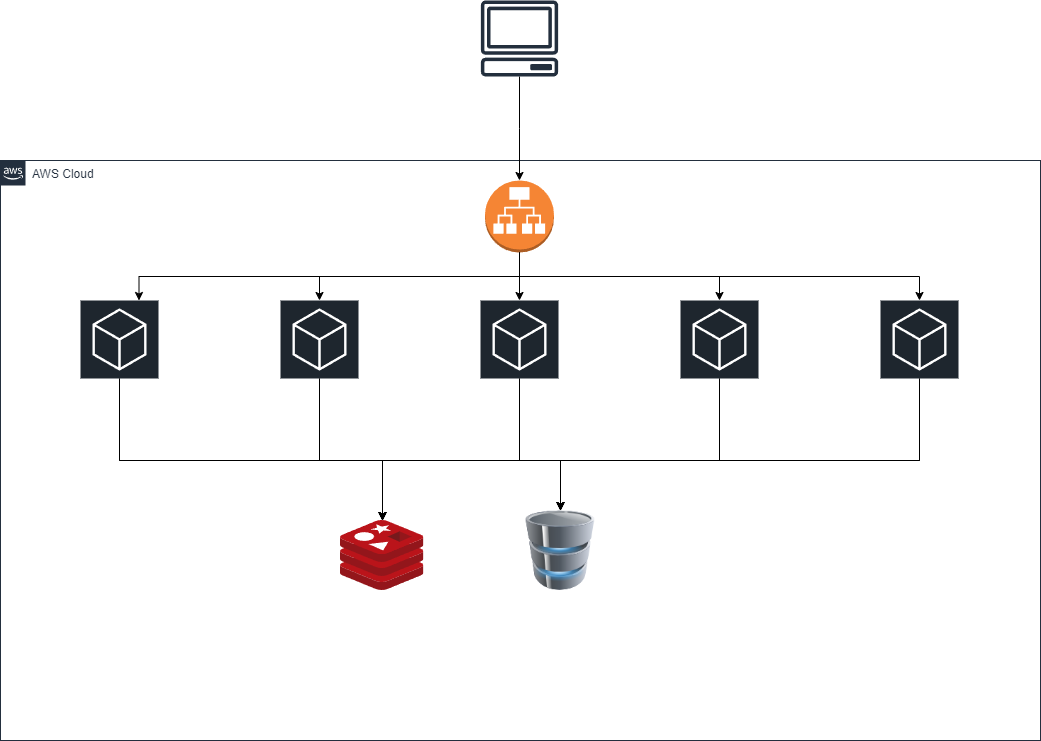
Before: kubernets.drawio.png, a diagram exported from draw.io (Guilherme200/api-laravel). Source tidied: cells renumbered, new cells last; positions are measured from the earlier drawing's top-left corner, leaving out a move shared by most shapes.
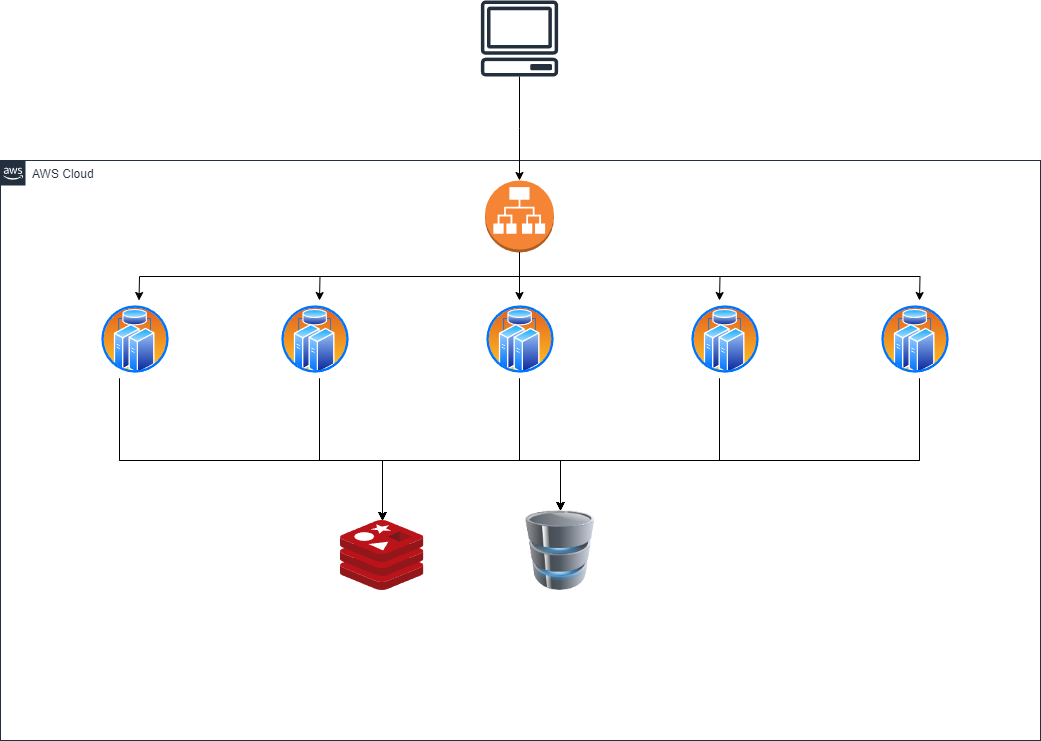
After the commit.

What changed in the source:
```diff
@@ -5,125 +5,145 @@
     <mxCell id="2" value="AWS Cloud" style="gradientColor=none;html=1;whiteSpace=wrap;fontSize=12;fontStyle=0;shape=mxgraph.aws4.group;grIcon=mxgraph.aws4.group_aws_cloud_alt;strokeColor=#232F3E;fillColor=none;verticalAlign=top;align=left;spacingLeft=30;fontColor=#232F3E;dashed=0;labelBackgroundColor=#ffffff;" parent="1" vertex="1">
       <mxGeometry y="160" width="1040" height="580" as="geometry" />
     </mxCell>
-    <mxCell id="3" style="edgeStyle=orthogonalEdgeStyle;rounded=0;jettySize=auto;html=1;exitX=0.5;exitY=1;exitDx=0;exitDy=0;exitPerimeter=0;" parent="2" edge="1" source="5" target="20">
-      <mxGeometry relative="1" as="geometry" />
+    <mxCell id="3" style="edgeStyle=orthogonalEdgeStyle;rounded=0;jettySize=auto;html=1;exitX=0.5;exitY=1;exitDx=0;exitDy=0;exitPerimeter=0;" parent="2" edge="1" source="5">
+      <mxGeometry relative="1" as="geometry">
+        <mxPoint x="719" y="140" as="targetPoint" />
+      </mxGeometry>
     </mxCell>
-    <mxCell id="4" style="edgeStyle=orthogonalEdgeStyle;rounded=0;jettySize=auto;html=1;exitX=0.5;exitY=1;exitDx=0;exitDy=0;exitPerimeter=0;" parent="2" edge="1" source="5" target="23">
-      <mxGeometry relative="1" as="geometry" />
+    <mxCell id="4" style="edgeStyle=orthogonalEdgeStyle;rounded=0;jettySize=auto;html=1;exitX=0.5;exitY=1;exitDx=0;exitDy=0;exitPerimeter=0;" parent="2" edge="1" source="5">
+      <mxGeometry relative="1" as="geometry">
+        <mxPoint x="919" y="140" as="targetPoint" />
+      </mxGeometry>
     </mxCell>
     <mxCell id="5" style="outlineConnect=0;dashed=0;verticalLabelPosition=bottom;verticalAlign=top;align=center;html=1;shape=mxgraph.aws3.application_load_balancer;fillColor=#F58534;gradientColor=none;" parent="2" vertex="1">
       <mxGeometry x="484.5" y="20" width="69" height="72" as="geometry" />
     </mxCell>
-    <mxCell id="6" style="edgeStyle=orthogonalEdgeStyle;rounded=0;jettySize=auto;html=1;" parent="2" edge="1" source="8" target="25">
+    <mxCell id="6" style="edgeStyle=orthogonalEdgeStyle;rounded=0;jettySize=auto;html=1;" parent="2" edge="1" target="25">
       <mxGeometry relative="1" as="geometry">
+        <mxPoint x="119" y="218" as="sourcePoint" />
         <Array as="points">
           <mxPoint x="119" y="300" />
           <mxPoint x="560" y="300" />
         </Array>
       </mxGeometry>
     </mxCell>
-    <mxCell id="7" style="edgeStyle=orthogonalEdgeStyle;rounded=0;jettySize=auto;html=1;exitX=0.5;exitY=1;exitDx=0;exitDy=0;exitPerimeter=0;" parent="2" edge="1" source="8" target="24">
+    <mxCell id="7" style="edgeStyle=orthogonalEdgeStyle;rounded=0;jettySize=auto;html=1;exitX=0.5;exitY=1;exitDx=0;exitDy=0;exitPerimeter=0;" parent="2" edge="1" target="24">
       <mxGeometry relative="1" as="geometry">
+        <mxPoint x="119" y="218" as="sourcePoint" />
         <Array as="points">
           <mxPoint x="119" y="300" />
           <mxPoint x="382" y="300" />
         </Array>
       </mxGeometry>
     </mxCell>
-    <mxCell id="8" style="sketch=0;points=[[0,0,0],[0.25,0,0],[0.5,0,0],[0.75,0,0],[1,0,0],[0,1,0],[0.25,1,0],[0.5,1,0],[0.75,1,0],[1,1,0],[0,0.25,0],[0,0.5,0],[0,0.75,0],[1,0.25,0],[1,0.5,0],[1,0.75,0]];gradientDirection=north;outlineConnect=0;fontColor=#232F3E;gradientColor=none;fillColor=#1E262E;strokeColor=#ffffff;dashed=0;verticalLabelPosition=bottom;verticalAlign=top;align=center;html=1;fontSize=12;fontStyle=0;shape=mxgraph.aws4.resourceIcon;resIcon=mxgraph.aws4.general;" parent="2" vertex="1">
-      <mxGeometry x="80" y="140" width="78" height="78" as="geometry" />
-    </mxCell>
-    <mxCell id="9" style="edgeStyle=orthogonalEdgeStyle;rounded=0;jettySize=auto;html=1;exitX=0.5;exitY=1;exitDx=0;exitDy=0;exitPerimeter=0;entryX=0.75;entryY=0;entryDx=0;entryDy=0;entryPerimeter=0;" parent="2" edge="1" source="5" target="8">
-      <mxGeometry relative="1" as="geometry" />
+    <mxCell id="9" style="edgeStyle=orthogonalEdgeStyle;rounded=0;jettySize=auto;html=1;exitX=0.5;exitY=1;exitDx=0;exitDy=0;exitPerimeter=0;entryX=0.75;entryY=0;entryDx=0;entryDy=0;entryPerimeter=0;" parent="2" edge="1" source="5">
+      <mxGeometry relative="1" as="geometry">
+        <mxPoint x="138.5" y="140" as="targetPoint" />
+      </mxGeometry>
     </mxCell>
-    <mxCell id="10" style="edgeStyle=orthogonalEdgeStyle;rounded=0;jettySize=auto;html=1;exitX=0.5;exitY=1;exitDx=0;exitDy=0;exitPerimeter=0;" parent="2" edge="1" source="12" target="25">
+    <mxCell id="10" style="edgeStyle=orthogonalEdgeStyle;rounded=0;jettySize=auto;html=1;exitX=0.5;exitY=1;exitDx=0;exitDy=0;exitPerimeter=0;" parent="2" edge="1" target="25">
       <mxGeometry relative="1" as="geometry">
+        <mxPoint x="319" y="218" as="sourcePoint" />
         <Array as="points">
           <mxPoint x="319" y="300" />
           <mxPoint x="560" y="300" />
         </Array>
       </mxGeometry>
     </mxCell>
-    <mxCell id="11" style="edgeStyle=orthogonalEdgeStyle;rounded=0;jettySize=auto;html=1;exitX=0.5;exitY=1;exitDx=0;exitDy=0;exitPerimeter=0;" parent="2" edge="1" source="12" target="24">
+    <mxCell id="11" style="edgeStyle=orthogonalEdgeStyle;rounded=0;jettySize=auto;html=1;exitX=0.5;exitY=1;exitDx=0;exitDy=0;exitPerimeter=0;" parent="2" edge="1" target="24">
       <mxGeometry relative="1" as="geometry">
+        <mxPoint x="319" y="218" as="sourcePoint" />
         <Array as="points">
           <mxPoint x="319" y="300" />
           <mxPoint x="382" y="300" />
         </Array>
       </mxGeometry>
     </mxCell>
-    <mxCell id="12" style="sketch=0;points=[[0,0,0],[0.25,0,0],[0.5,0,0],[0.75,0,0],[1,0,0],[0,1,0],[0.25,1,0],[0.5,1,0],[0.75,1,0],[1,1,0],[0,0.25,0],[0,0.5,0],[0,0.75,0],[1,0.25,0],[1,0.5,0],[1,0.75,0]];gradientDirection=north;outlineConnect=0;fontColor=#232F3E;gradientColor=none;fillColor=#1E262E;strokeColor=#ffffff;dashed=0;verticalLabelPosition=bottom;verticalAlign=top;align=center;html=1;fontSize=12;fontStyle=0;shape=mxgraph.aws4.resourceIcon;resIcon=mxgraph.aws4.general;" parent="2" vertex="1">
-      <mxGeometry x="280" y="140" width="78" height="78" as="geometry" />
-    </mxCell>
-    <mxCell id="13" style="edgeStyle=orthogonalEdgeStyle;rounded=0;jettySize=auto;html=1;exitX=0.5;exitY=1;exitDx=0;exitDy=0;exitPerimeter=0;entryX=0.5;entryY=0;entryDx=0;entryDy=0;entryPerimeter=0;" parent="2" edge="1" source="5" target="12">
-      <mxGeometry relative="1" as="geometry" />
+    <mxCell id="13" style="edgeStyle=orthogonalEdgeStyle;rounded=0;jettySize=auto;html=1;exitX=0.5;exitY=1;exitDx=0;exitDy=0;exitPerimeter=0;entryX=0.5;entryY=0;entryDx=0;entryDy=0;entryPerimeter=0;" parent="2" edge="1" source="5">
+      <mxGeometry relative="1" as="geometry">
+        <mxPoint x="319" y="140" as="targetPoint" />
+      </mxGeometry>
     </mxCell>
-    <mxCell id="14" style="edgeStyle=orthogonalEdgeStyle;rounded=0;jettySize=auto;html=1;exitX=0.5;exitY=1;exitDx=0;exitDy=0;exitPerimeter=0;entryX=0.5;entryY=0;entryDx=0;entryDy=0;" parent="2" edge="1" source="16" target="25">
+    <mxCell id="14" style="edgeStyle=orthogonalEdgeStyle;rounded=0;jettySize=auto;html=1;exitX=0.5;exitY=1;exitDx=0;exitDy=0;exitPerimeter=0;entryX=0.5;entryY=0;entryDx=0;entryDy=0;" parent="2" edge="1" target="25">
       <mxGeometry relative="1" as="geometry">
+        <mxPoint x="519" y="218" as="sourcePoint" />
         <Array as="points">
           <mxPoint x="519" y="300" />
           <mxPoint x="560" y="300" />
         </Array>
       </mxGeometry>
     </mxCell>
-    <mxCell id="15" style="edgeStyle=orthogonalEdgeStyle;rounded=0;jettySize=auto;html=1;exitX=0.5;exitY=1;exitDx=0;exitDy=0;exitPerimeter=0;" parent="2" edge="1" source="16" target="24">
+    <mxCell id="15" style="edgeStyle=orthogonalEdgeStyle;rounded=0;jettySize=auto;html=1;exitX=0.5;exitY=1;exitDx=0;exitDy=0;exitPerimeter=0;" parent="2" edge="1" target="24">
       <mxGeometry relative="1" as="geometry">
+        <mxPoint x="519" y="218" as="sourcePoint" />
         <Array as="points">
           <mxPoint x="519" y="300" />
           <mxPoint x="382" y="300" />
         </Array>
       </mxGeometry>
     </mxCell>
-    <mxCell id="16" style="sketch=0;points=[[0,0,0],[0.25,0,0],[0.5,0,0],[0.75,0,0],[1,0,0],[0,1,0],[0.25,1,0],[0.5,1,0],[0.75,1,0],[1,1,0],[0,0.25,0],[0,0.5,0],[0,0.75,0],[1,0.25,0],[1,0.5,0],[1,0.75,0]];gradientDirection=north;outlineConnect=0;fontColor=#232F3E;gradientColor=none;fillColor=#1E262E;strokeColor=#ffffff;dashed=0;verticalLabelPosition=bottom;verticalAlign=top;align=center;html=1;fontSize=12;fontStyle=0;shape=mxgraph.aws4.resourceIcon;resIcon=mxgraph.aws4.general;" parent="2" vertex="1">
-      <mxGeometry x="480" y="140" width="78" height="78" as="geometry" />
-    </mxCell>
-    <mxCell id="17" style="edgeStyle=orthogonalEdgeStyle;rounded=0;jettySize=auto;html=1;exitX=0.5;exitY=1;exitDx=0;exitDy=0;exitPerimeter=0;entryX=0.5;entryY=0;entryDx=0;entryDy=0;entryPerimeter=0;" parent="2" edge="1" source="5" target="16">
-      <mxGeometry relative="1" as="geometry" />
+    <mxCell id="17" style="edgeStyle=orthogonalEdgeStyle;rounded=0;jettySize=auto;html=1;exitX=0.5;exitY=1;exitDx=0;exitDy=0;exitPerimeter=0;entryX=0.5;entryY=0;entryDx=0;entryDy=0;entryPerimeter=0;" parent="2" edge="1" source="5">
+      <mxGeometry relative="1" as="geometry">
+        <mxPoint x="519" y="140" as="targetPoint" />
+      </mxGeometry>
     </mxCell>
-    <mxCell id="18" style="edgeStyle=orthogonalEdgeStyle;rounded=0;jettySize=auto;html=1;entryX=0.5;entryY=0;entryDx=0;entryDy=0;" parent="2" edge="1" source="20" target="25">
+    <mxCell id="18" style="edgeStyle=orthogonalEdgeStyle;rounded=0;jettySize=auto;html=1;entryX=0.5;entryY=0;entryDx=0;entryDy=0;" parent="2" edge="1" target="25">
       <mxGeometry relative="1" as="geometry">
+        <mxPoint x="719" y="218" as="sourcePoint" />
         <Array as="points">
           <mxPoint x="719" y="300" />
           <mxPoint x="560" y="300" />
         </Array>
       </mxGeometry>
     </mxCell>
-    <mxCell id="19" style="edgeStyle=orthogonalEdgeStyle;rounded=0;jettySize=auto;html=1;exitX=0.5;exitY=1;exitDx=0;exitDy=0;exitPerimeter=0;" parent="2" edge="1" source="20" target="24">
+    <mxCell id="19" style="edgeStyle=orthogonalEdgeStyle;rounded=0;jettySize=auto;html=1;exitX=0.5;exitY=1;exitDx=0;exitDy=0;exitPerimeter=0;" parent="2" edge="1" target="24">
       <mxGeometry relative="1" as="geometry">
+        <mxPoint x="719" y="218" as="sourcePoint" />
         <Array as="points">
           <mxPoint x="719" y="300" />
           <mxPoint x="382" y="300" />
         </Array>
       </mxGeometry>
     </mxCell>
-    <mxCell id="20" style="sketch=0;points=[[0,0,0],[0.25,0,0],[0.5,0,0],[0.75,0,0],[1,0,0],[0,1,0],[0.25,1,0],[0.5,1,0],[0.75,1,0],[1,1,0],[0,0.25,0],[0,0.5,0],[0,0.75,0],[1,0.25,0],[1,0.5,0],[1,0.75,0]];gradientDirection=north;outlineConnect=0;fontColor=#232F3E;gradientColor=none;fillColor=#1E262E;strokeColor=#ffffff;dashed=0;verticalLabelPosition=bottom;verticalAlign=top;align=center;html=1;fontSize=12;fontStyle=0;shape=mxgraph.aws4.resourceIcon;resIcon=mxgraph.aws4.general;" parent="2" vertex="1">
-      <mxGeometry x="680" y="140" width="78" height="78" as="geometry" />
-    </mxCell>
-    <mxCell id="21" style="edgeStyle=orthogonalEdgeStyle;rounded=0;jettySize=auto;html=1;exitX=0.5;exitY=1;exitDx=0;exitDy=0;exitPerimeter=0;entryX=0.5;entryY=0;entryDx=0;entryDy=0;" parent="2" edge="1" source="23" target="25">
+    <mxCell id="21" style="edgeStyle=orthogonalEdgeStyle;rounded=0;jettySize=auto;html=1;exitX=0.5;exitY=1;exitDx=0;exitDy=0;exitPerimeter=0;entryX=0.5;entryY=0;entryDx=0;entryDy=0;" parent="2" edge="1" target="25">
       <mxGeometry relative="1" as="geometry">
+        <mxPoint x="919" y="218" as="sourcePoint" />
         <Array as="points">
           <mxPoint x="919" y="300" />
           <mxPoint x="560" y="300" />
         </Array>
       </mxGeometry>
     </mxCell>
-    <mxCell id="22" style="edgeStyle=orthogonalEdgeStyle;rounded=0;jettySize=auto;html=1;exitX=0.5;exitY=1;exitDx=0;exitDy=0;exitPerimeter=0;" parent="2" edge="1" source="23" target="24">
+    <mxCell id="22" style="edgeStyle=orthogonalEdgeStyle;rounded=0;jettySize=auto;html=1;exitX=0.5;exitY=1;exitDx=0;exitDy=0;exitPerimeter=0;" parent="2" edge="1" target="24">
       <mxGeometry relative="1" as="geometry">
+        <mxPoint x="919" y="218" as="sourcePoint" />
         <Array as="points">
           <mxPoint x="919" y="300" />
           <mxPoint x="382" y="300" />
         </Array>
       </mxGeometry>
     </mxCell>
-    <mxCell id="23" style="sketch=0;points=[[0,0,0],[0.25,0,0],[0.5,0,0],[0.75,0,0],[1,0,0],[0,1,0],[0.25,1,0],[0.5,1,0],[0.75,1,0],[1,1,0],[0,0.25,0],[0,0.5,0],[0,0.75,0],[1,0.25,0],[1,0.5,0],[1,0.75,0]];gradientDirection=north;outlineConnect=0;fontColor=#232F3E;gradientColor=none;fillColor=#1E262E;strokeColor=#ffffff;dashed=0;verticalLabelPosition=bottom;verticalAlign=top;align=center;html=1;fontSize=12;fontStyle=0;shape=mxgraph.aws4.resourceIcon;resIcon=mxgraph.aws4.general;" parent="2" vertex="1">
-      <mxGeometry x="880" y="140" width="78" height="78" as="geometry" />
-    </mxCell>
     <mxCell id="24" style="image;sketch=0;html=1;points=[];align=center;fontSize=12;image=img/lib/mscae/Cache_Redis_Product.svg;" parent="2" vertex="1">
       <mxGeometry x="340" y="360" width="83.3" height="70" as="geometry" />
     </mxCell>
     <mxCell id="25" style="image;html=1;image=img/lib/clip_art/computers/Database_128x128.png;" parent="2" vertex="1">
       <mxGeometry x="520" y="350" width="80" height="80" as="geometry" />
     </mxCell>
+    <mxCell id="28" style="image;perimeter=ellipsePerimeter;html=1;align=center;shadow=0;dashed=0;spacingTop=3;image=img/lib/active_directory/cluster_server.svg;" parent="2" vertex="1">
+      <mxGeometry x="100" y="144" width="70" height="70" as="geometry" />
+    </mxCell>
+    <mxCell id="29" style="image;perimeter=ellipsePerimeter;html=1;align=center;shadow=0;dashed=0;spacingTop=3;image=img/lib/active_directory/cluster_server.svg;" parent="2" vertex="1">
+      <mxGeometry x="280" y="144" width="70" height="70" as="geometry" />
+    </mxCell>
+    <mxCell id="30" style="image;perimeter=ellipsePerimeter;html=1;align=center;shadow=0;dashed=0;spacingTop=3;image=img/lib/active_directory/cluster_server.svg;" parent="2" vertex="1">
+      <mxGeometry x="485" y="144" width="70" height="70" as="geometry" />
+    </mxCell>
+    <mxCell id="31" style="image;perimeter=ellipsePerimeter;html=1;align=center;shadow=0;dashed=0;spacingTop=3;image=img/lib/active_directory/cluster_server.svg;" parent="2" vertex="1">
+      <mxGeometry x="690" y="144" width="70" height="70" as="geometry" />
+    </mxCell>
+    <mxCell id="32" style="image;perimeter=ellipsePerimeter;html=1;align=center;shadow=0;dashed=0;spacingTop=3;image=img/lib/active_directory/cluster_server.svg;" parent="2" vertex="1">
+      <mxGeometry x="880" y="144" width="70" height="70" as="geometry" />
+    </mxCell>
     <mxCell id="26" style="edgeStyle=orthogonalEdgeStyle;rounded=0;jettySize=auto;html=1;" parent="1" edge="1" source="27" target="5">
       <mxGeometry relative="1" as="geometry" />
     </mxCell>
```
